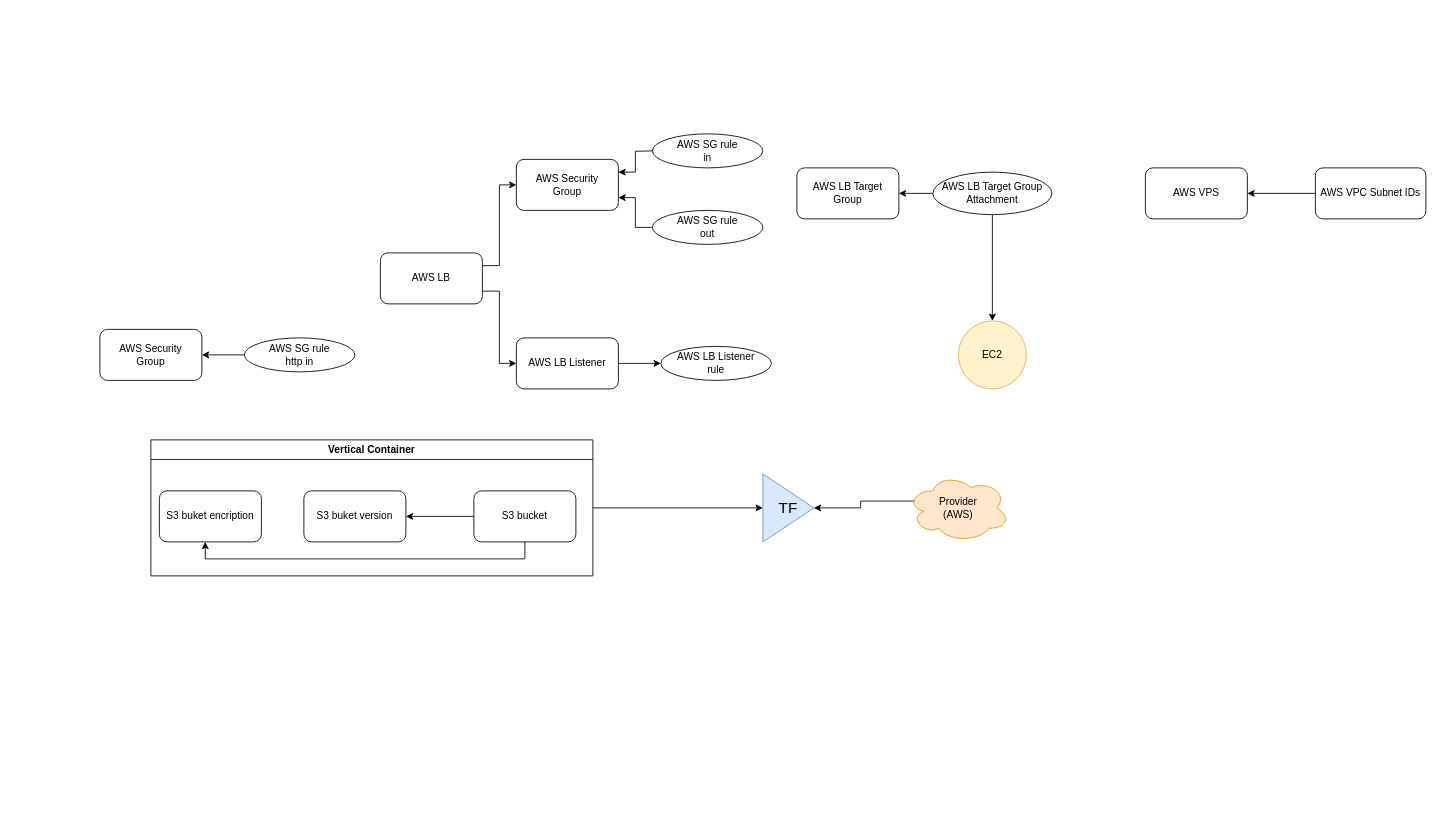
Earlier version of the draw.io diagram Untitled Diagram.drawio (markrin/PublicProject). Source tidied: cells renumbered, new cells numbered last; positions are measured from the earlier drawing's top-left corner, leaving out a move shared by most shapes. Both pictures are drawn from the tidied source at 85%, with x=0, y=0 at pixel (99, 133).
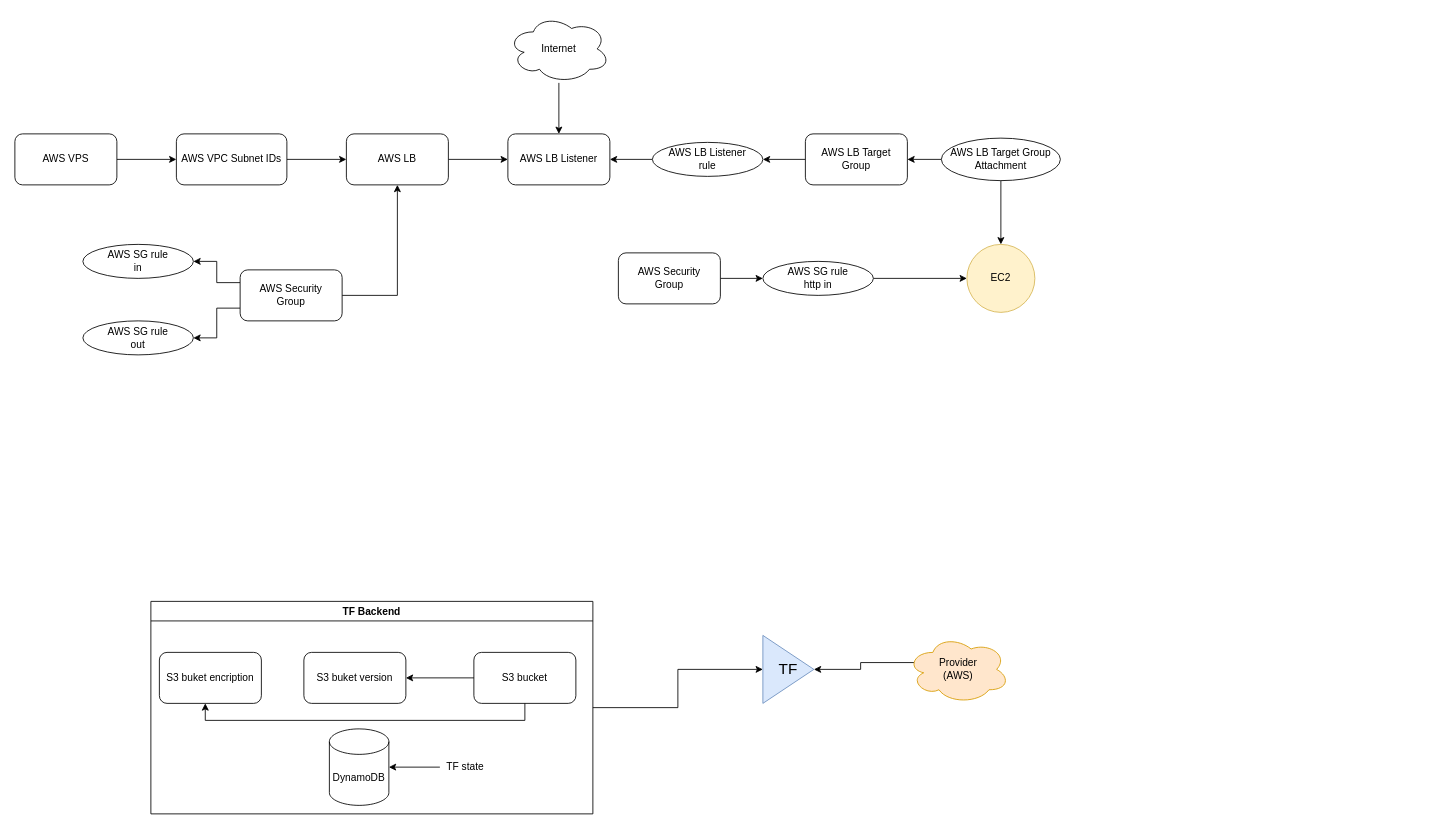
After the change.

Commit message:
Reorder. Looks correct

Diff of the diagram source:
```diff
@@
-    <mxCell id="2" style="edgeStyle=orthogonalEdgeStyle;rounded=0;jettySize=auto;html=1;exitX=1;exitY=0.25;exitDx=0;exitDy=0;entryX=0;entryY=0.5;entryDx=0;entryDy=0;" parent="1" edge="1" source="4" target="9">
-      <mxGeometry relative="1" as="geometry" />
-    </mxCell>
-    <mxCell id="3" style="edgeStyle=orthogonalEdgeStyle;rounded=0;jettySize=auto;html=1;exitX=1;exitY=0.75;exitDx=0;exitDy=0;entryX=0;entryY=0.5;entryDx=0;entryDy=0;" parent="1" edge="1" source="4" target="11">
+    <mxCell id="3" style="edgeStyle=orthogonalEdgeStyle;rounded=0;jettySize=auto;html=1;" parent="1" edge="1" source="4" target="11">
       <mxGeometry relative="1" as="geometry" />
     </mxCell>
     <mxCell id="4" value="AWS LB" style="rounded=1;whiteSpace=wrap;html=1;" parent="1" vertex="1">
-      <mxGeometry x="330" y="140" width="120" height="60" as="geometry" />
+      <mxGeometry x="290" width="120" height="60" as="geometry" />
     </mxCell>
-    <mxCell id="5" style="edgeStyle=orthogonalEdgeStyle;rounded=0;jettySize=auto;html=1;exitX=0;exitY=0.5;exitDx=0;exitDy=0;entryX=1;entryY=0.75;entryDx=0;entryDy=0;" parent="1" edge="1" source="6" target="9">
-      <mxGeometry relative="1" as="geometry" />
-    </mxCell>
     <mxCell id="6" value="&lt;div&gt;AWS SG rule&lt;/div&gt;&lt;div&gt;out&lt;br&gt;&lt;/div&gt;" style="ellipse;whiteSpace=wrap;html=1;" parent="1" vertex="1">
-      <mxGeometry x="650" y="90" width="130" height="40" as="geometry" />
+      <mxGeometry x="-20" y="220" width="130" height="40" as="geometry" />
     </mxCell>
-    <mxCell id="7" style="edgeStyle=orthogonalEdgeStyle;rounded=0;jettySize=auto;html=1;exitX=0;exitY=0.5;exitDx=0;exitDy=0;entryX=1;entryY=0.25;entryDx=0;entryDy=0;" parent="1" edge="1" target="9">
-      <mxGeometry relative="1" as="geometry">
-        <mxPoint x="650" y="20" as="sourcePoint" />
-      </mxGeometry>
-    </mxCell>
     <mxCell id="8" value="&lt;div&gt;AWS SG rule&lt;/div&gt;&lt;div&gt;in&lt;/div&gt;" style="ellipse;whiteSpace=wrap;html=1;" parent="1" vertex="1">
-      <mxGeometry x="650" width="130" height="40" as="geometry" />
+      <mxGeometry x="-20" y="130" width="130" height="40" as="geometry" />
     </mxCell>
+    <mxCell id="34" style="edgeStyle=orthogonalEdgeStyle;rounded=0;jettySize=auto;html=1;exitX=0;exitY=0.25;exitDx=0;exitDy=0;entryX=1;entryY=0.5;entryDx=0;entryDy=0;" parent="1" edge="1" source="9" target="8">
+      <mxGeometry relative="1" as="geometry" />
+    </mxCell>
+    <mxCell id="35" style="edgeStyle=orthogonalEdgeStyle;rounded=0;jettySize=auto;html=1;exitX=0;exitY=0.75;exitDx=0;exitDy=0;entryX=1;entryY=0.5;entryDx=0;entryDy=0;" parent="1" edge="1" source="9" target="6">
+      <mxGeometry relative="1" as="geometry" />
+    </mxCell>
+    <mxCell id="36" style="edgeStyle=orthogonalEdgeStyle;rounded=0;jettySize=auto;html=1;entryX=0.5;entryY=1;entryDx=0;entryDy=0;" parent="1" edge="1" source="9" target="4">
+      <mxGeometry relative="1" as="geometry" />
+    </mxCell>
     <mxCell id="9" value="&lt;div&gt;AWS Security&lt;/div&gt;&lt;div&gt;Group&lt;br&gt;&lt;/div&gt;" style="rounded=1;whiteSpace=wrap;html=1;" parent="1" vertex="1">
-      <mxGeometry x="490" y="30" width="120" height="60" as="geometry" />
+      <mxGeometry x="165" y="160" width="120" height="60" as="geometry" />
     </mxCell>
-    <mxCell id="10" style="edgeStyle=orthogonalEdgeStyle;rounded=0;jettySize=auto;html=1;exitX=1;exitY=0.5;exitDx=0;exitDy=0;entryX=0;entryY=0.5;entryDx=0;entryDy=0;" parent="1" edge="1" source="11" target="12">
-      <mxGeometry relative="1" as="geometry" />
-    </mxCell>
     <mxCell id="11" value="AWS LB Listener" style="rounded=1;whiteSpace=wrap;html=1;" parent="1" vertex="1">
-      <mxGeometry x="490" y="240" width="120" height="60" as="geometry" />
+      <mxGeometry x="480" width="120" height="60" as="geometry" />
     </mxCell>
+    <mxCell id="37" style="edgeStyle=orthogonalEdgeStyle;rounded=0;jettySize=auto;html=1;" parent="1" edge="1" source="12" target="11">
+      <mxGeometry relative="1" as="geometry" />
+    </mxCell>
     <mxCell id="12" value="&lt;div&gt;AWS LB Listener&lt;/div&gt;&lt;div&gt;rule&lt;br&gt;&lt;/div&gt;" style="ellipse;whiteSpace=wrap;html=1;" parent="1" vertex="1">
-      <mxGeometry x="660" y="250" width="130" height="40" as="geometry" />
+      <mxGeometry x="650" y="10" width="130" height="40" as="geometry" />
     </mxCell>
+    <mxCell id="38" style="edgeStyle=orthogonalEdgeStyle;rounded=0;jettySize=auto;html=1;entryX=1;entryY=0.5;entryDx=0;entryDy=0;" parent="1" edge="1" source="13" target="12">
+      <mxGeometry relative="1" as="geometry" />
+    </mxCell>
     <mxCell id="13" value="AWS LB Target Group" style="rounded=1;whiteSpace=wrap;html=1;" parent="1" vertex="1">
-      <mxGeometry x="820" y="40" width="120" height="60" as="geometry" />
+      <mxGeometry x="830" width="120" height="60" as="geometry" />
     </mxCell>
@@
     <mxCell id="16" value="&lt;div&gt;AWS LB Target Group&lt;/div&gt;&lt;div&gt;Attachment&lt;br&gt;&lt;/div&gt;" style="ellipse;whiteSpace=wrap;html=1;" parent="1" vertex="1">
-      <mxGeometry x="980" y="45" width="140" height="50" as="geometry" />
+      <mxGeometry x="990" y="5" width="140" height="50" as="geometry" />
     </mxCell>
     <mxCell id="17" value="EC2" style="ellipse;whiteSpace=wrap;html=1;fillColor=#fff2cc;strokeColor=#d6b656;" parent="1" vertex="1">
-      <mxGeometry x="1010" y="220" width="80" height="80" as="geometry" />
+      <mxGeometry x="1020" y="130" width="80" height="80" as="geometry" />
     </mxCell>
+    <mxCell id="39" style="edgeStyle=orthogonalEdgeStyle;rounded=0;jettySize=auto;html=1;" parent="1" edge="1" source="18" target="20">
+      <mxGeometry relative="1" as="geometry" />
+    </mxCell>
     <mxCell id="18" value="&lt;div&gt;AWS Security&lt;/div&gt;&lt;div&gt;Group&lt;br&gt;&lt;/div&gt;" style="rounded=1;whiteSpace=wrap;html=1;" parent="1" vertex="1">
-      <mxGeometry y="230" width="120" height="60" as="geometry" />
+      <mxGeometry x="610" y="140" width="120" height="60" as="geometry" />
     </mxCell>
-    <mxCell id="19" style="edgeStyle=orthogonalEdgeStyle;rounded=0;jettySize=auto;html=1;" parent="1" edge="1" source="20" target="18">
-      <mxGeometry relative="1" as="geometry" />
-    </mxCell>
+    <mxCell id="40" style="edgeStyle=orthogonalEdgeStyle;rounded=0;jettySize=auto;html=1;" parent="1" edge="1" source="20" target="17">
+      <mxGeometry relative="1" as="geometry" />
+    </mxCell>
     <mxCell id="20" value="&lt;div&gt;AWS SG rule&lt;/div&gt;&lt;div&gt;http in&lt;br&gt;&lt;/div&gt;" style="ellipse;whiteSpace=wrap;html=1;" parent="1" vertex="1">
-      <mxGeometry x="170" y="240" width="130" height="40" as="geometry" />
+      <mxGeometry x="780" y="150" width="130" height="40" as="geometry" />
     </mxCell>
+    <mxCell id="41" style="edgeStyle=orthogonalEdgeStyle;rounded=0;jettySize=auto;html=1;" parent="1" edge="1" source="21" target="23">
+      <mxGeometry relative="1" as="geometry" />
+    </mxCell>
     <mxCell id="21" value="AWS VPS" style="rounded=1;whiteSpace=wrap;html=1;" parent="1" vertex="1">
-      <mxGeometry x="1230" y="40" width="120" height="60" as="geometry" />
+      <mxGeometry x="-100" width="120" height="60" as="geometry" />
     </mxCell>
-    <mxCell id="22" style="edgeStyle=orthogonalEdgeStyle;rounded=0;jettySize=auto;html=1;exitX=0;exitY=0.5;exitDx=0;exitDy=0;entryX=1;entryY=0.5;entryDx=0;entryDy=0;" parent="1" edge="1" source="23" target="21">
-      <mxGeometry relative="1" as="geometry" />
-    </mxCell>
+    <mxCell id="42" style="edgeStyle=orthogonalEdgeStyle;rounded=0;jettySize=auto;html=1;" parent="1" edge="1" source="23" target="4">
+      <mxGeometry relative="1" as="geometry" />
+    </mxCell>
     <mxCell id="23" value="AWS VPC Subnet IDs" style="rounded=1;whiteSpace=wrap;html=1;" parent="1" vertex="1">
-      <mxGeometry x="1430" y="40" width="130" height="60" as="geometry" />
+      <mxGeometry x="90" width="130" height="60" as="geometry" />
     </mxCell>
     <mxCell id="24" value="TF" style="triangle;whiteSpace=wrap;html=1;fontSize=18;fillColor=#dae8fc;strokeColor=#6c8ebf;" parent="1" vertex="1">
-      <mxGeometry x="780" y="400" width="60" height="80" as="geometry" />
+      <mxGeometry x="780" y="590" width="60" height="80" as="geometry" />
     </mxCell>
@@
     <mxCell id="26" value="&lt;div&gt;Provider&lt;/div&gt;&lt;div&gt;(AWS)&lt;br&gt;&lt;/div&gt;" style="ellipse;shape=cloud;whiteSpace=wrap;html=1;fillColor=#ffe6cc;strokeColor=#d79b00;" parent="1" vertex="1">
-      <mxGeometry x="950" y="400" width="120" height="80" as="geometry" />
+      <mxGeometry x="950" y="590" width="120" height="80" as="geometry" />
     </mxCell>
@@
-    <mxCell id="28" value="Vertical Container" style="swimlane;whiteSpace=wrap;html=1;" parent="1" vertex="1">
-      <mxGeometry x="60" y="360" width="520" height="160" as="geometry" />
+    <mxCell id="28" value="TF Backend" style="swimlane;whiteSpace=wrap;html=1;" parent="1" vertex="1">
+      <mxGeometry x="60" y="550" width="520" height="250" as="geometry" />
     </mxCell>
@@
+    <mxCell id="43" value="DynamoDB" style="shape=cylinder3;whiteSpace=wrap;html=1;boundedLbl=1;backgroundOutline=1;size=15;" parent="28" vertex="1">
+      <mxGeometry x="210" y="150" width="70" height="90" as="geometry" />
+    </mxCell>
+    <mxCell id="44" style="edgeStyle=orthogonalEdgeStyle;rounded=0;jettySize=auto;html=1;" parent="28" edge="1" source="45" target="43">
+      <mxGeometry relative="1" as="geometry" />
+    </mxCell>
+    <mxCell id="45" value="TF state" style="text;html=1;strokeColor=none;fillColor=none;align=center;verticalAlign=middle;whiteSpace=wrap;rounded=0;" parent="28" vertex="1">
+      <mxGeometry x="340" y="180" width="60" height="30" as="geometry" />
+    </mxCell>
+    <mxCell id="46" style="edgeStyle=orthogonalEdgeStyle;rounded=0;jettySize=auto;html=1;" parent="1" edge="1" source="47" target="11">
+      <mxGeometry relative="1" as="geometry" />
+    </mxCell>
+    <mxCell id="47" value="Internet" style="ellipse;shape=cloud;whiteSpace=wrap;html=1;" parent="1" vertex="1">
+      <mxGeometry x="480" y="-140" width="120" height="80" as="geometry" />
+    </mxCell>
```
